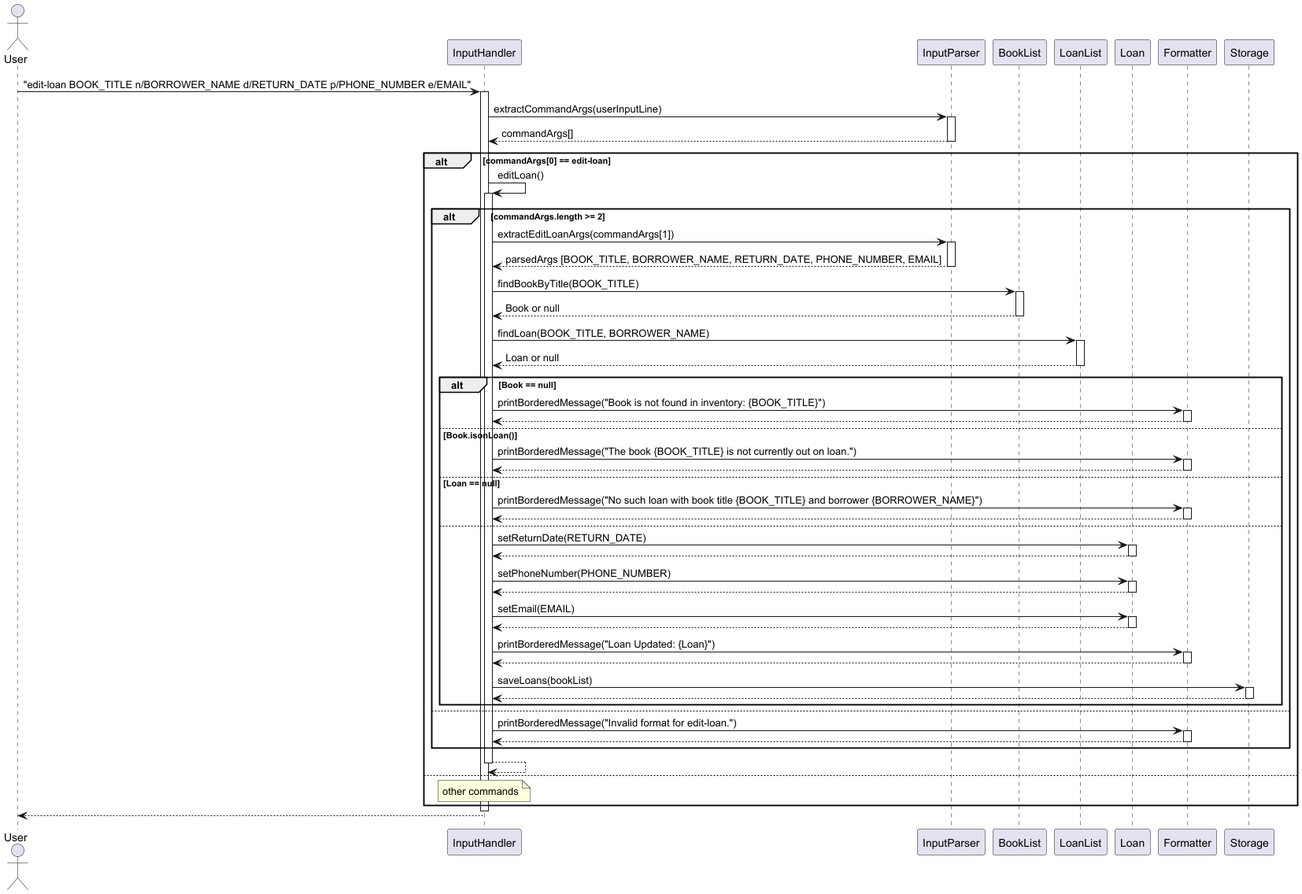
AY2425S2-CS2113-T12-2/tp keeps this PlantUML diagram as docs/images/editLoan.png. Above is the earlier version.
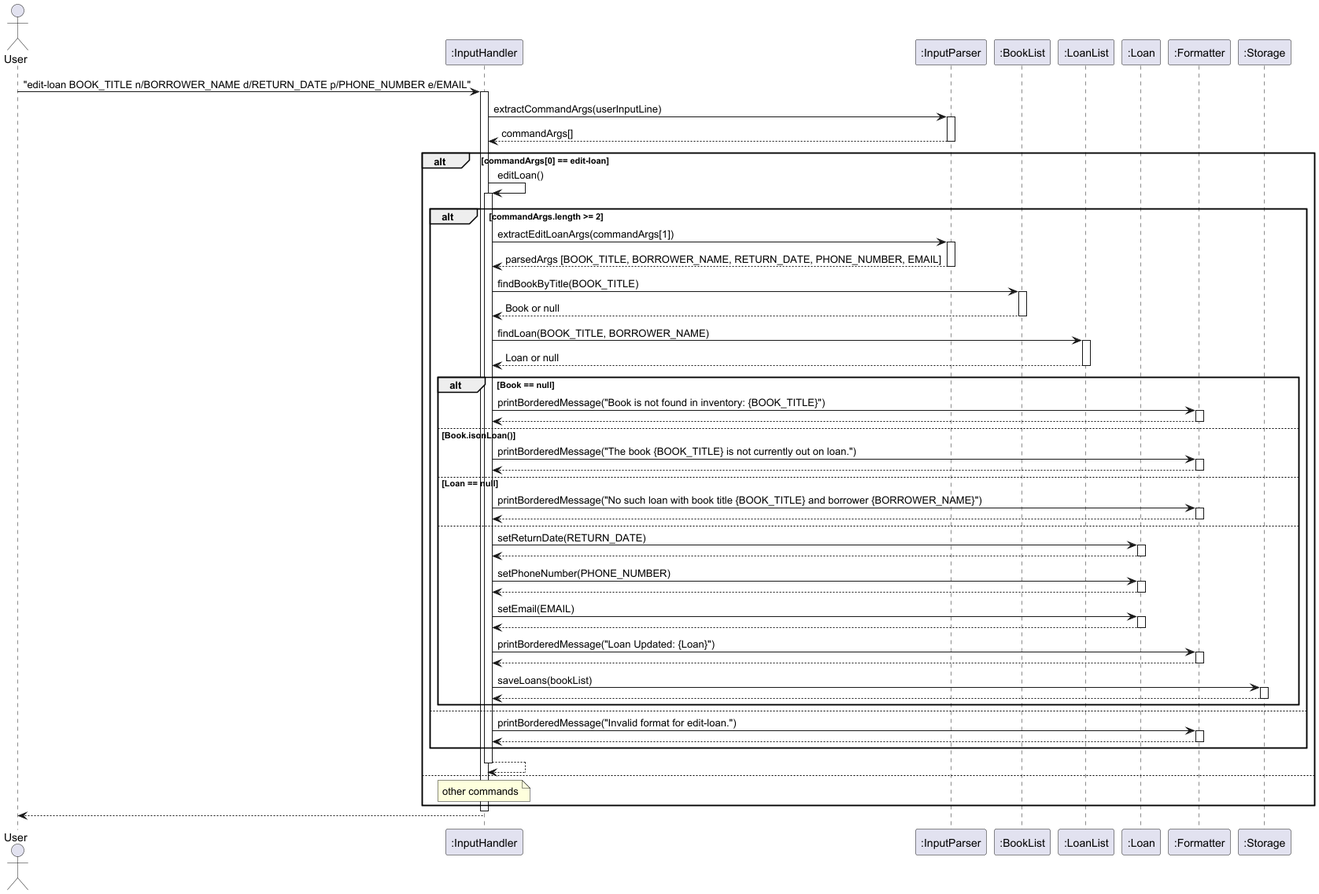
After the change.

Change to the diagram source:
```diff
@@ -1,12 +1,12 @@
 @startuml
 actor User
-participant InputHandler
-participant InputParser
-participant BookList
-participant LoanList
-participant Loan
-participant Formatter
-participant Storage
+participant InputHandler as ":InputHandler"
+participant InputParser as ":InputParser"
+participant BookList as ":BookList"
+participant LoanList as ":LoanList"
+participant Loan as ":Loan"
+participant Formatter as ":Formatter"
+participant Storage as ":Storage"
 
 User -> InputHandler: "edit-loan BOOK_TITLE n/BORROWER_NAME d/RETURN_DATE p/PHONE_NUMBER e/EMAIL"
 activate InputHandler
```
